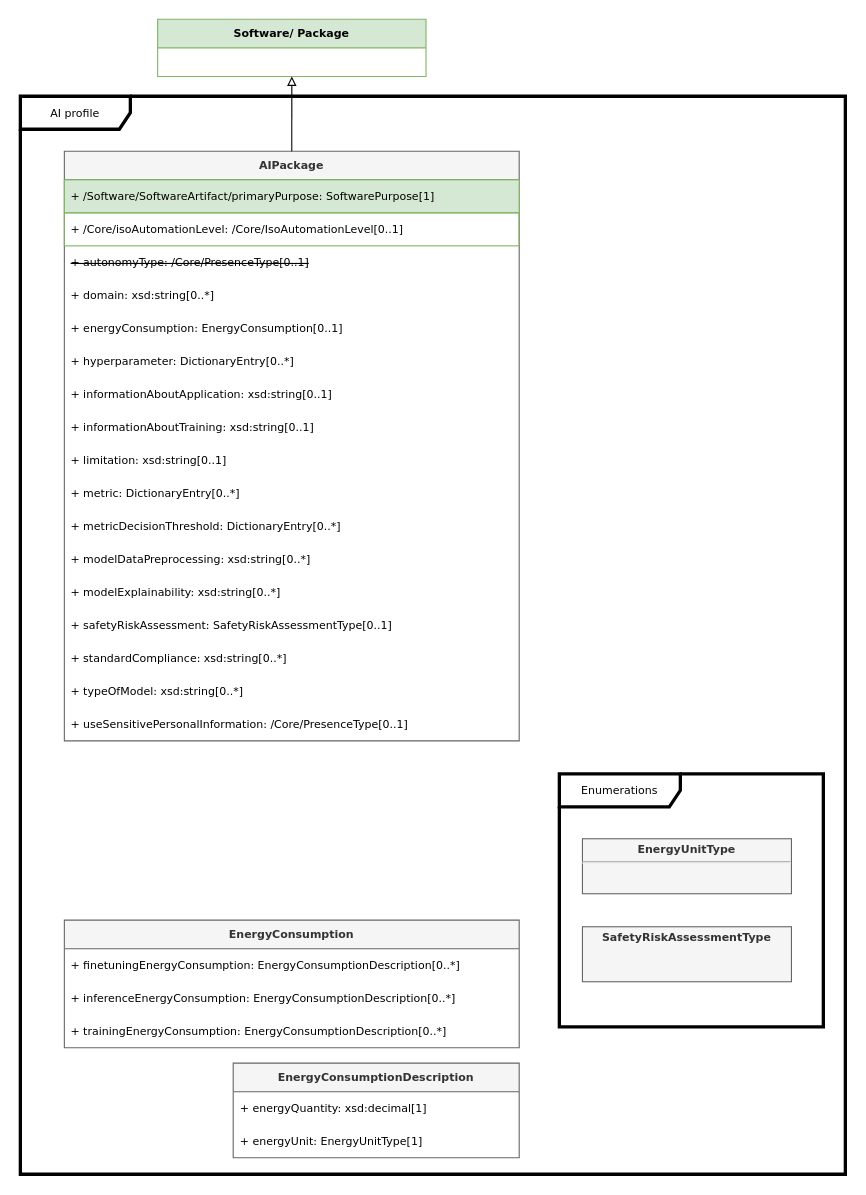
This is page "AI" (7 of 12) of docs/model.drawio from spdx/spdx-3-model, a draw.io file, before an edit. Source tidied: cells renumbered, new cells numbered last; positions are measured from the earlier drawing's top-left corner, leaving out a move shared by most shapes. Both pictures are drawn from the tidied source at 110%, with x=0, y=0 at pixel (20, 19).
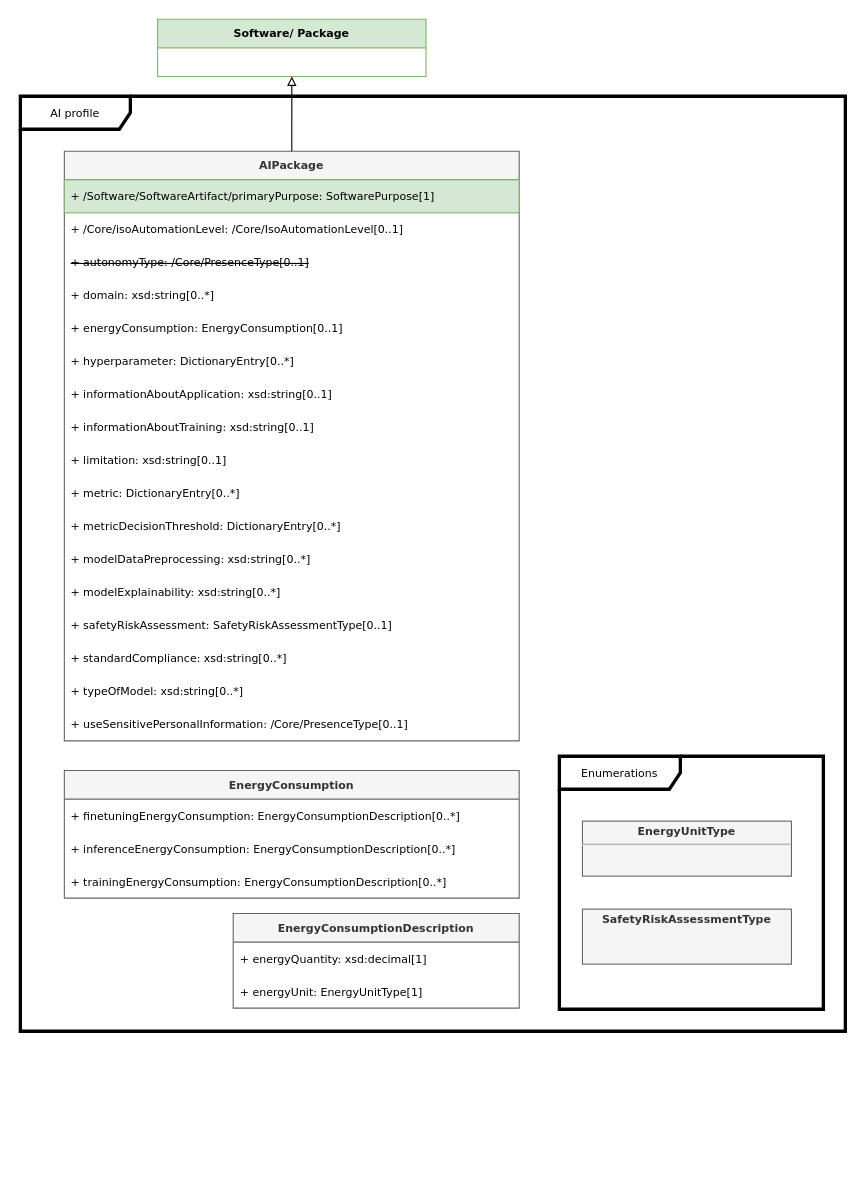
Above is the later version.

The change refers to these unchanged cells:
```xml
<mxCell id="4" value="AIPackage" style="swimlane;fontStyle=1;horizontal=1;startSize=26;fillColor=#f5f5f5;strokeColor=#666666;fontColor=#333333;fontFamily=Verdana;fontSize=10;" parent="1" vertex="1">
  <mxGeometry x="40" y="120" width="413.5" height="536" as="geometry" />
</mxCell>
```

What changed in the source:
```diff
@@
     <mxCell id="3" value="AI profile" style="shape=umlFrame;whiteSpace=wrap;html=1;width=100;height=30;strokeWidth=3;fontFamily=Verdana;fontSize=10;" parent="1" vertex="1">
-      <mxGeometry y="70" width="750" height="980" as="geometry" />
+      <mxGeometry y="70" width="750" height="850" as="geometry" />
     </mxCell>
@@
-    <mxCell id="6" value="+ /Core/isoAutomationLevel: /Core/IsoAutomationLevel[0..1]" style="text;strokeColor=#82b366;fillColor=none;align=left;verticalAlign=middle;spacingLeft=4;spacingRight=4;overflow=hidden;whiteSpace=wrap;html=1;fontFamily=Verdana;fontSize=10;" parent="4" vertex="1">
+    <mxCell id="6" value="+ /Core/isoAutomationLevel: /Core/IsoAutomationLevel[0..1]" style="text;strokeColor=none;fillColor=none;align=left;verticalAlign=middle;spacingLeft=4;spacingRight=4;overflow=hidden;whiteSpace=wrap;html=1;fontFamily=Verdana;fontSize=10;" parent="4" vertex="1">
       <mxGeometry y="56" width="413.5" height="30" as="geometry" />
     </mxCell>
@@
     <mxCell id="23" value="EnergyConsumption" style="swimlane;fontStyle=1;horizontal=1;startSize=26;fillColor=#f5f5f5;strokeColor=#666666;fontColor=#333333;fontFamily=Verdana;fontSize=10;" parent="1" vertex="1">
-      <mxGeometry x="40" y="819" width="413.5" height="116" as="geometry" />
+      <mxGeometry x="40" y="683" width="413.5" height="116" as="geometry" />
     </mxCell>
@@
     <mxCell id="27" value="EnergyConsumptionDescription" style="swimlane;fontStyle=1;horizontal=1;startSize=26;fillColor=#f5f5f5;strokeColor=#666666;fontColor=#333333;fontFamily=Verdana;fontSize=10;" parent="1" vertex="1">
-      <mxGeometry x="193.5" y="949" width="260" height="86" as="geometry" />
+      <mxGeometry x="193.5" y="813" width="260" height="86" as="geometry" />
     </mxCell>
@@
     <mxCell id="30" style="group;" parent="1" vertex="1">
-      <mxGeometry x="490" y="686" width="240" height="230" as="geometry" />
+      <mxGeometry x="490" y="670" width="240" height="230" as="geometry" />
     </mxCell>
```
